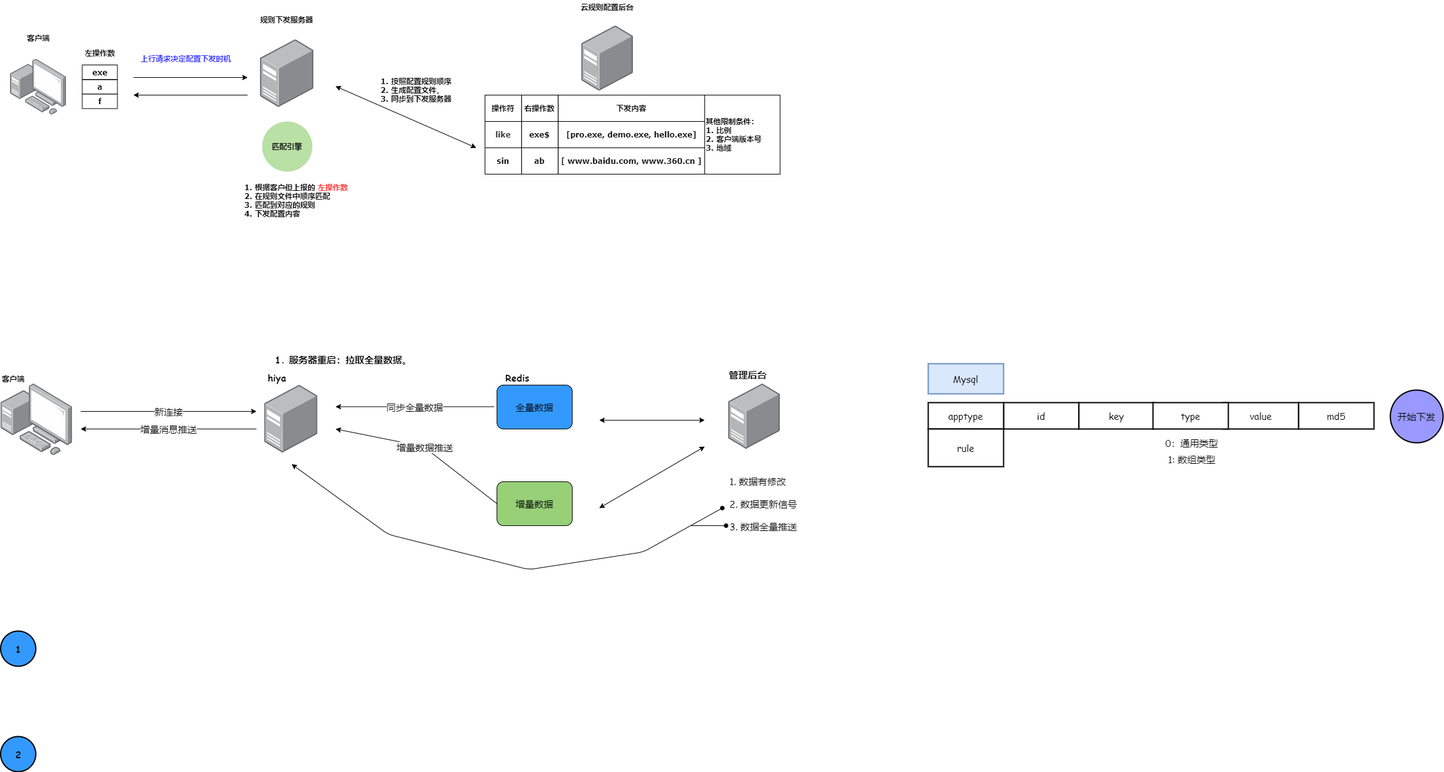
The draw.io diagram net/Untitled Diagram.png in aizsfgk/cdn, before a commit. Source tidied: cells renumbered, new cells last; positions are measured from the earlier drawing's top-left corner, leaving out a move shared by most shapes.
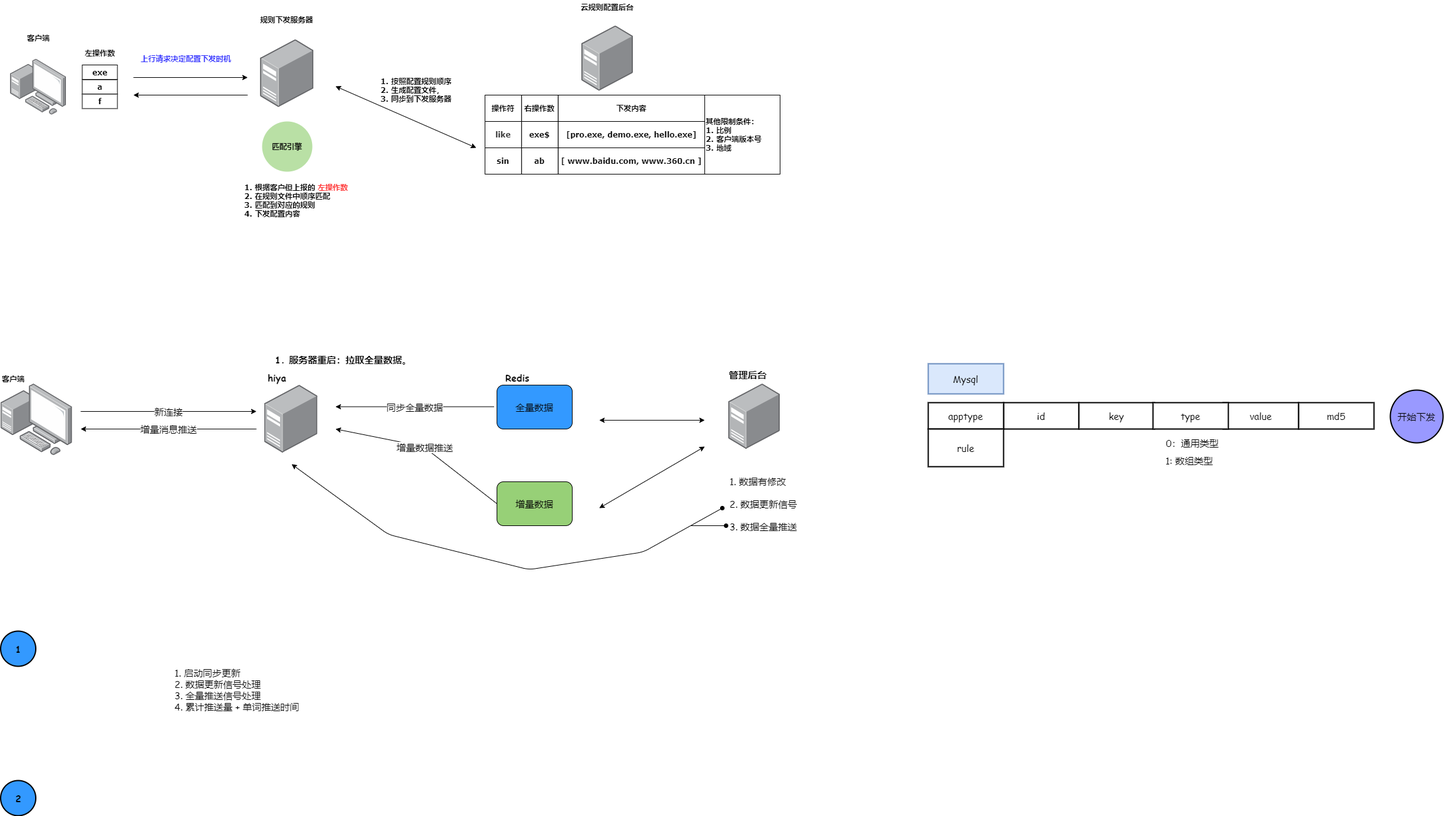
After the change.

Diff of the diagram source:
```diff
@@ -159,7 +159,7 @@
       <mxGeometry x="0.5" y="1004" width="56" height="56" as="geometry" />
     </mxCell>
     <mxCell id="48" value="2" style="ellipse;whiteSpace=wrap;html=1;labelBackgroundColor=none;fontFamily=Comic Sans MS;fontSize=15;fillColor=#3399FF;align=center;fontStyle=1;strokeWidth=2;" parent="1" vertex="1">
-      <mxGeometry x="0.5" y="1172" width="56" height="56" as="geometry" />
+      <mxGeometry x="0.5" y="1242" width="56" height="56" as="geometry" />
     </mxCell>
     <mxCell id="49" style="endArrow=classic;startArrow=classic;html=1;fontFamily=Comic Sans MS;fontSize=15;" parent="1" edge="1">
       <mxGeometry relative="1" as="geometry">
@@ -214,10 +214,10 @@
       <mxGeometry x="1836" y="640" width="120" height="42" as="geometry" />
     </mxCell>
     <mxCell id="59" value="0：通用类型" style="text;html=1;strokeColor=none;fillColor=none;align=center;verticalAlign=middle;whiteSpace=wrap;rounded=0;labelBackgroundColor=none;fontFamily=Comic Sans MS;fontSize=15;" parent="1" vertex="1">
-      <mxGeometry x="1848" y="694" width="100" height="20" as="geometry" />
+      <mxGeometry x="1850" y="694" width="98" height="20" as="geometry" />
     </mxCell>
     <mxCell id="60" value="1: 数组类型" style="text;html=1;strokeColor=none;fillColor=none;align=center;verticalAlign=middle;whiteSpace=wrap;rounded=0;labelBackgroundColor=none;fontFamily=Comic Sans MS;fontSize=15;" parent="1" vertex="1">
-      <mxGeometry x="1848" y="719.5" width="100" height="20" as="geometry" />
+      <mxGeometry x="1850" y="722" width="88" height="20" as="geometry" />
     </mxCell>
     <mxCell id="61" value="md5" style="rounded=0;whiteSpace=wrap;html=1;labelBackgroundColor=none;fontFamily=Comic Sans MS;fontSize=15;strokeWidth=2;align=center;fillColor=#FFFFFF;" parent="1" vertex="1">
       <mxGeometry x="2068" y="640" width="120" height="42" as="geometry" />
@@ -231,5 +231,8 @@
     <mxCell id="64" value="rule" style="rounded=0;whiteSpace=wrap;html=1;labelBackgroundColor=none;fontFamily=Comic Sans MS;fontSize=15;strokeWidth=2;fillColor=#FFFFFF;align=center;" parent="1" vertex="1">
       <mxGeometry x="1478" y="682" width="120" height="60" as="geometry" />
     </mxCell>
+    <mxCell id="65" value="1. 启动同步更新&lt;br&gt;2. 数据更新信号处理&lt;br&gt;3. 全量推送信号处理&lt;br&gt;4. 累计推送量 + 单词推送时间" style="text;html=1;strokeColor=none;fillColor=none;align=left;verticalAlign=middle;whiteSpace=wrap;rounded=0;labelBackgroundColor=none;fontFamily=Comic Sans MS;fontSize=15;" parent="1" vertex="1">
+      <mxGeometry x="276" y="1022" width="328" height="150" as="geometry" />
+    </mxCell>
   </root>
 </mxGraphModel>
```
